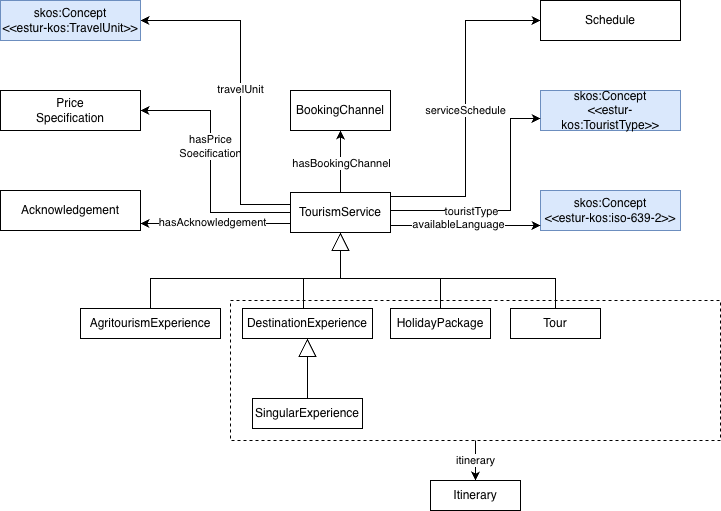
Above: diagrams/fig4-TourismService-tourism-service-with-relations.png in TURISMO-Ontologia/core-ontology (draw.io), before the change. Source tidied: cells renumbered, new cells last; positions are measured from the earlier drawing's top-left corner, leaving out a move shared by most shapes.
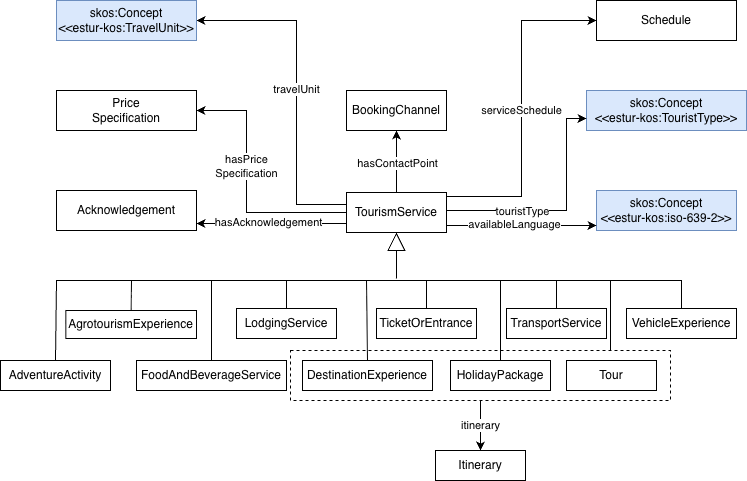
After the change.

The edit, as a diff of the source:
```diff
@@ -3,51 +3,36 @@
     <mxCell id="0" />
     <mxCell id="1" parent="0" />
     <mxCell id="2" style="whiteSpace=wrap;html=1;fillColor=none;strokeColor=default;dashed=1;" parent="1" vertex="1">
-      <mxGeometry x="230" y="300" width="490" height="140" as="geometry" />
+      <mxGeometry x="234" y="350" width="380" height="50" as="geometry" />
     </mxCell>
     <mxCell id="3" value="TourismService" style="rounded=0;whiteSpace=wrap;html=1;snapToPoint=1;points=[[0.1,0],[0.2,0],[0.3,0],[0.4,0],[0.5,0],[0.6,0],[0.7,0],[0.8,0],[0.9,0],[0,0.1],[0,0.3],[0,0.5],[0,0.7],[0,0.9],[0.1,1],[0.2,1],[0.3,1],[0.4,1],[0.5,1],[0.6,1],[0.7,1],[0.8,1],[0.9,1],[1,0.1],[1,0.3],[1,0.5],[1,0.7],[1,0.9]];" parent="1" vertex="1">
       <mxGeometry x="290" y="192" width="100" height="40" as="geometry" />
     </mxCell>
     <mxCell id="4" value="HolidayPackage" style="rounded=0;whiteSpace=wrap;html=1;snapToPoint=1;points=[[0.1,0],[0.2,0],[0.3,0],[0.4,0],[0.5,0],[0.6,0],[0.7,0],[0.8,0],[0.9,0],[0,0.1],[0,0.3],[0,0.5],[0,0.7],[0,0.9],[0.1,1],[0.2,1],[0.3,1],[0.4,1],[0.5,1],[0.6,1],[0.7,1],[0.8,1],[0.9,1],[1,0.1],[1,0.3],[1,0.5],[1,0.7],[1,0.9]];align=center;" parent="1" vertex="1">
-      <mxGeometry x="390" y="308" width="100" height="30" as="geometry" />
+      <mxGeometry x="394" y="360" width="100" height="30" as="geometry" />
     </mxCell>
-    <mxCell id="5" value="SingularExperience" style="rounded=0;whiteSpace=wrap;html=1;snapToPoint=1;points=[[0.1,0],[0.2,0],[0.3,0],[0.4,0],[0.5,0],[0.6,0],[0.7,0],[0.8,0],[0.9,0],[0,0.1],[0,0.3],[0,0.5],[0,0.7],[0,0.9],[0.1,1],[0.2,1],[0.3,1],[0.4,1],[0.5,1],[0.6,1],[0.7,1],[0.8,1],[0.9,1],[1,0.1],[1,0.3],[1,0.5],[1,0.7],[1,0.9]];align=center;" parent="1" vertex="1">
-      <mxGeometry x="252" y="398" width="110" height="30" as="geometry" />
-    </mxCell>
-    <mxCell id="6" value="AgritourismExperience" style="rounded=0;whiteSpace=wrap;html=1;snapToPoint=1;points=[[0.1,0],[0.2,0],[0.3,0],[0.4,0],[0.5,0],[0.6,0],[0.7,0],[0.8,0],[0.9,0],[0,0.1],[0,0.3],[0,0.5],[0,0.7],[0,0.9],[0.1,1],[0.2,1],[0.3,1],[0.4,1],[0.5,1],[0.6,1],[0.7,1],[0.8,1],[0.9,1],[1,0.1],[1,0.3],[1,0.5],[1,0.7],[1,0.9]];align=center;" parent="1" vertex="1">
-      <mxGeometry x="80" y="308" width="140" height="30" as="geometry" />
+    <mxCell id="6" value="AgrotourismExperience" style="rounded=0;whiteSpace=wrap;html=1;snapToPoint=1;points=[[0.1,0],[0.2,0],[0.3,0],[0.4,0],[0.5,0],[0.6,0],[0.7,0],[0.8,0],[0.9,0],[0,0.1],[0,0.3],[0,0.5],[0,0.7],[0,0.9],[0.1,1],[0.2,1],[0.3,1],[0.4,1],[0.5,1],[0.6,1],[0.7,1],[0.8,1],[0.9,1],[1,0.1],[1,0.3],[1,0.5],[1,0.7],[1,0.9]];align=center;" parent="1" vertex="1">
+      <mxGeometry x="9.3" y="310" width="130.7" height="28" as="geometry" />
     </mxCell>
     <mxCell id="7" value="DestinationExperience" style="rounded=0;whiteSpace=wrap;html=1;snapToPoint=1;points=[[0.1,0],[0.2,0],[0.3,0],[0.4,0],[0.5,0],[0.6,0],[0.7,0],[0.8,0],[0.9,0],[0,0.1],[0,0.3],[0,0.5],[0,0.7],[0,0.9],[0.1,1],[0.2,1],[0.3,1],[0.4,1],[0.5,1],[0.6,1],[0.7,1],[0.8,1],[0.9,1],[1,0.1],[1,0.3],[1,0.5],[1,0.7],[1,0.9]];align=center;" parent="1" vertex="1">
-      <mxGeometry x="242" y="308" width="130" height="30" as="geometry" />
+      <mxGeometry x="246" y="360" width="130" height="30" as="geometry" />
     </mxCell>
     <mxCell id="8" style="endArrow=block;endSize=16;endFill=0;html=1;rounded=0;entryX=0.5;entryY=1;entryDx=0;entryDy=0;" parent="1" edge="1" target="3">
       <mxGeometry relative="1" as="geometry">
         <mxPoint x="340" y="278" as="sourcePoint" />
       </mxGeometry>
     </mxCell>
-    <mxCell id="9" style="endArrow=none;html=1;rounded=0;exitX=0.5;exitY=0;exitDx=0;exitDy=0;entryX=0.5;entryY=0;entryDx=0;entryDy=0;" parent="1" edge="1" source="6" target="10">
-      <mxGeometry relative="1" as="geometry">
-        <Array as="points">
-          <mxPoint x="150" y="278" />
-          <mxPoint x="555" y="278" />
-        </Array>
-      </mxGeometry>
-    </mxCell>
     <mxCell id="10" value="Tour" style="rounded=0;whiteSpace=wrap;html=1;snapToPoint=1;points=[[0.1,0],[0.2,0],[0.3,0],[0.4,0],[0.5,0],[0.6,0],[0.7,0],[0.8,0],[0.9,0],[0,0.1],[0,0.3],[0,0.5],[0,0.7],[0,0.9],[0.1,1],[0.2,1],[0.3,1],[0.4,1],[0.5,1],[0.6,1],[0.7,1],[0.8,1],[0.9,1],[1,0.1],[1,0.3],[1,0.5],[1,0.7],[1,0.9]];align=center;" parent="1" vertex="1">
-      <mxGeometry x="510" y="308" width="90" height="30" as="geometry" />
+      <mxGeometry x="510" y="360" width="90" height="30" as="geometry" />
     </mxCell>
-    <mxCell id="11" style="endArrow=none;html=1;rounded=0;exitX=0.5;exitY=0;exitDx=0;exitDy=0;" parent="1" edge="1">
+    <mxCell id="11" style="endArrow=none;html=1;rounded=0;exitX=0.5;exitY=0;exitDx=0;exitDy=0;" parent="1" edge="1" source="7">
       <mxGeometry relative="1" as="geometry">
-        <mxPoint x="303" y="308" as="sourcePoint" />
-        <mxPoint x="303" y="278" as="targetPoint" />
+        <mxPoint x="310" y="280" as="targetPoint" />
       </mxGeometry>
     </mxCell>
-    <mxCell id="12" style="endArrow=block;endSize=16;endFill=0;html=1;rounded=0;entryX=0.5;entryY=1;entryDx=0;entryDy=0;exitX=0.5;exitY=0;exitDx=0;exitDy=0;" parent="1" edge="1" source="5" target="7">
-      <mxGeometry relative="1" as="geometry" />
-    </mxCell>
     <mxCell id="13" style="endArrow=none;html=1;rounded=0;exitX=0.5;exitY=0;exitDx=0;exitDy=0;" parent="1" edge="1" source="4">
       <mxGeometry relative="1" as="geometry">
-        <mxPoint x="440" y="278" as="targetPoint" />
+        <mxPoint x="444" y="280" as="targetPoint" />
       </mxGeometry>
     </mxCell>
     <mxCell id="14" value="skos:Concept&lt;div&gt;&amp;lt;&amp;lt;estur-kos:iso-639-2&amp;gt;&amp;gt;&lt;/div&gt;" style="rounded=0;whiteSpace=wrap;html=1;fillColor=#dae8fc;strokeColor=#6c8ebf;" parent="1" vertex="1">
@@ -82,18 +67,18 @@
         <mxPoint x="340" y="130" as="targetPoint" />
       </mxGeometry>
     </mxCell>
-    <mxCell id="22" value="hasBookingChannel" style="edgeLabel;html=1;align=center;verticalAlign=middle;" parent="21" vertex="1">
+    <mxCell id="22" value="hasContactPoint" style="edgeLabel;html=1;align=center;verticalAlign=middle;" parent="21" vertex="1">
       <mxGeometry x="-0.03" relative="1" as="geometry" />
     </mxCell>
     <mxCell id="23" style="edgeStyle=orthogonalEdgeStyle;rounded=0;jettySize=auto;html=1;exitX=1;exitY=0.5;exitDx=0;exitDy=0;entryX=0;entryY=0.5;entryDx=0;entryDy=0;startArrow=classic;startFill=1;endArrow=none;endFill=0;" parent="1" edge="1" source="25" target="3">
       <mxGeometry relative="1" as="geometry">
         <Array as="points">
-          <mxPoint x="210" y="110" />
-          <mxPoint x="210" y="212" />
+          <mxPoint x="190" y="110" />
+          <mxPoint x="190" y="212" />
         </Array>
       </mxGeometry>
     </mxCell>
-    <mxCell id="24" value="hasPrice&lt;div&gt;Soecification&lt;/div&gt;" style="edgeLabel;html=1;align=center;verticalAlign=middle;" parent="23" vertex="1">
+    <mxCell id="24" value="hasPrice&lt;div&gt;Specification&lt;/div&gt;" style="edgeLabel;html=1;align=center;verticalAlign=middle;" parent="23" vertex="1">
       <mxGeometry x="0.01" y="-1" relative="1" as="geometry">
         <mxPoint y="-22" as="offset" />
       </mxGeometry>
@@ -111,7 +96,7 @@
       <mxGeometry x="0.01" y="-1" relative="1" as="geometry" />
     </mxCell>
     <mxCell id="29" value="skos:Concept&lt;div&gt;&amp;lt;&amp;lt;estur-kos:TouristType&amp;gt;&amp;gt;&lt;/div&gt;" style="rounded=0;whiteSpace=wrap;html=1;snapToPoint=1;points=[[0.1,0],[0.2,0],[0.3,0],[0.4,0],[0.5,0],[0.6,0],[0.7,0],[0.8,0],[0.9,0],[0,0.1],[0,0.3],[0,0.5],[0,0.7],[0,0.9],[0.1,1],[0.2,1],[0.3,1],[0.4,1],[0.5,1],[0.6,1],[0.7,1],[0.8,1],[0.9,1],[1,0.1],[1,0.3],[1,0.5],[1,0.7],[1,0.9]];fillColor=#dae8fc;strokeColor=#6c8ebf;" parent="1" vertex="1">
-      <mxGeometry x="540" y="90" width="140" height="40" as="geometry" />
+      <mxGeometry x="530" y="90" width="160" height="40" as="geometry" />
     </mxCell>
     <mxCell id="30" style="edgeStyle=orthogonalEdgeStyle;rounded=0;jettySize=auto;html=1;exitX=0;exitY=0.7;exitDx=0;exitDy=0;startArrow=classic;startFill=1;endArrow=none;endFill=0;entryX=1;entryY=0.5;entryDx=0;entryDy=0;" parent="1" edge="1" source="29" target="3">
       <mxGeometry relative="1" as="geometry">
@@ -143,7 +128,7 @@
       <mxGeometry width="140" height="40" as="geometry" />
     </mxCell>
     <mxCell id="35" value="Itinerary" style="rounded=0;whiteSpace=wrap;html=1;snapToPoint=1;points=[[0.1,0],[0.2,0],[0.3,0],[0.4,0],[0.5,0],[0.6,0],[0.7,0],[0.8,0],[0.9,0],[0,0.1],[0,0.3],[0,0.5],[0,0.7],[0,0.9],[0.1,1],[0.2,1],[0.3,1],[0.4,1],[0.5,1],[0.6,1],[0.7,1],[0.8,1],[0.9,1],[1,0.1],[1,0.3],[1,0.5],[1,0.7],[1,0.9]];align=center;" parent="1" vertex="1">
-      <mxGeometry x="430" y="480" width="90" height="30" as="geometry" />
+      <mxGeometry x="379" y="450" width="90" height="30" as="geometry" />
     </mxCell>
     <mxCell id="36" style="endArrow=classic;html=1;rounded=0;entryX=0.5;entryY=0;entryDx=0;entryDy=0;exitX=0.5;exitY=1;exitDx=0;exitDy=0;" parent="1" edge="1" source="2" target="35">
       <mxGeometry relative="1" as="geometry" />
@@ -151,5 +136,62 @@
     <mxCell id="37" value="itinerary" style="edgeLabel;html=1;align=center;verticalAlign=middle;" parent="36" vertex="1">
       <mxGeometry x="-0.05" y="-1" relative="1" as="geometry" />
     </mxCell>
+    <mxCell id="38" style="endArrow=none;html=1;rounded=0;exitX=0.5;exitY=0;exitDx=0;exitDy=0;entryX=0.5;entryY=0;entryDx=0;entryDy=0;" parent="1" edge="1" source="41" target="48">
+      <mxGeometry relative="1" as="geometry">
+        <Array as="points">
+          <mxPoint y="280" />
+          <mxPoint x="625" y="280" />
+        </Array>
+      </mxGeometry>
+    </mxCell>
+    <mxCell id="39" value="TransportService" style="rounded=0;whiteSpace=wrap;html=1;snapToPoint=1;points=[[0.1,0],[0.2,0],[0.3,0],[0.4,0],[0.5,0],[0.6,0],[0.7,0],[0.8,0],[0.9,0],[0,0.1],[0,0.3],[0,0.5],[0,0.7],[0,0.9],[0.1,1],[0.2,1],[0.3,1],[0.4,1],[0.5,1],[0.6,1],[0.7,1],[0.8,1],[0.9,1],[1,0.1],[1,0.3],[1,0.5],[1,0.7],[1,0.9]];align=center;" parent="1" vertex="1">
+      <mxGeometry x="450" y="308" width="100" height="30" as="geometry" />
+    </mxCell>
+    <mxCell id="40" style="endArrow=none;html=1;rounded=0;exitX=0.5;exitY=0;exitDx=0;exitDy=0;" parent="1" edge="1" source="6">
+      <mxGeometry relative="1" as="geometry">
+        <mxPoint x="75" y="280" as="targetPoint" />
+      </mxGeometry>
+    </mxCell>
+    <mxCell id="41" value="AdventureActivity" style="rounded=0;whiteSpace=wrap;html=1;snapToPoint=1;points=[[0.1,0],[0.2,0],[0.3,0],[0.4,0],[0.5,0],[0.6,0],[0.7,0],[0.8,0],[0.9,0],[0,0.1],[0,0.3],[0,0.5],[0,0.7],[0,0.9],[0.1,1],[0.2,1],[0.3,1],[0.4,1],[0.5,1],[0.6,1],[0.7,1],[0.8,1],[0.9,1],[1,0.1],[1,0.3],[1,0.5],[1,0.7],[1,0.9]];align=center;" parent="1" vertex="1">
+      <mxGeometry x="-56" y="360" width="110" height="30" as="geometry" />
+    </mxCell>
+    <mxCell id="42" value="FoodAndBeverageService" style="rounded=0;whiteSpace=wrap;html=1;snapToPoint=1;points=[[0.1,0],[0.2,0],[0.3,0],[0.4,0],[0.5,0],[0.6,0],[0.7,0],[0.8,0],[0.9,0],[0,0.1],[0,0.3],[0,0.5],[0,0.7],[0,0.9],[0.1,1],[0.2,1],[0.3,1],[0.4,1],[0.5,1],[0.6,1],[0.7,1],[0.8,1],[0.9,1],[1,0.1],[1,0.3],[1,0.5],[1,0.7],[1,0.9]];align=center;" parent="1" vertex="1">
+      <mxGeometry x="80" y="360" width="150" height="30" as="geometry" />
+    </mxCell>
+    <mxCell id="43" style="endArrow=none;html=1;rounded=0;exitX=0.5;exitY=0;exitDx=0;exitDy=0;" parent="1" edge="1" source="42">
+      <mxGeometry relative="1" as="geometry">
+        <mxPoint x="155" y="280" as="targetPoint" />
+      </mxGeometry>
+    </mxCell>
+    <mxCell id="44" value="LodgingService" style="rounded=0;whiteSpace=wrap;html=1;snapToPoint=1;points=[[0.1,0],[0.2,0],[0.3,0],[0.4,0],[0.5,0],[0.6,0],[0.7,0],[0.8,0],[0.9,0],[0,0.1],[0,0.3],[0,0.5],[0,0.7],[0,0.9],[0.1,1],[0.2,1],[0.3,1],[0.4,1],[0.5,1],[0.6,1],[0.7,1],[0.8,1],[0.9,1],[1,0.1],[1,0.3],[1,0.5],[1,0.7],[1,0.9]];align=center;" parent="1" vertex="1">
+      <mxGeometry x="180" y="308" width="100" height="30" as="geometry" />
+    </mxCell>
+    <mxCell id="45" style="endArrow=none;html=1;rounded=0;exitX=0.5;exitY=0;exitDx=0;exitDy=0;" parent="1" edge="1" source="44">
+      <mxGeometry relative="1" as="geometry">
+        <mxPoint x="230" y="280" as="targetPoint" />
+      </mxGeometry>
+    </mxCell>
+    <mxCell id="46" value="TicketOrEntrance" style="rounded=0;whiteSpace=wrap;html=1;snapToPoint=1;points=[[0.1,0],[0.2,0],[0.3,0],[0.4,0],[0.5,0],[0.6,0],[0.7,0],[0.8,0],[0.9,0],[0,0.1],[0,0.3],[0,0.5],[0,0.7],[0,0.9],[0.1,1],[0.2,1],[0.3,1],[0.4,1],[0.5,1],[0.6,1],[0.7,1],[0.8,1],[0.9,1],[1,0.1],[1,0.3],[1,0.5],[1,0.7],[1,0.9]];align=center;" parent="1" vertex="1">
+      <mxGeometry x="320" y="308" width="100" height="30" as="geometry" />
+    </mxCell>
+    <mxCell id="47" style="endArrow=none;html=1;rounded=0;exitX=0.5;exitY=0;exitDx=0;exitDy=0;" parent="1" edge="1" source="46">
+      <mxGeometry relative="1" as="geometry">
+        <mxPoint x="370" y="280" as="targetPoint" />
+      </mxGeometry>
+    </mxCell>
+    <mxCell id="48" value="VehicleExperience" style="rounded=0;whiteSpace=wrap;html=1;snapToPoint=1;points=[[0.1,0],[0.2,0],[0.3,0],[0.4,0],[0.5,0],[0.6,0],[0.7,0],[0.8,0],[0.9,0],[0,0.1],[0,0.3],[0,0.5],[0,0.7],[0,0.9],[0.1,1],[0.2,1],[0.3,1],[0.4,1],[0.5,1],[0.6,1],[0.7,1],[0.8,1],[0.9,1],[1,0.1],[1,0.3],[1,0.5],[1,0.7],[1,0.9]];align=center;" parent="1" vertex="1">
+      <mxGeometry x="570" y="308" width="110" height="30" as="geometry" />
+    </mxCell>
+    <mxCell id="49" style="endArrow=none;html=1;rounded=0;exitX=0.5;exitY=0;exitDx=0;exitDy=0;" parent="1" edge="1" source="39">
+      <mxGeometry relative="1" as="geometry">
+        <mxPoint x="500" y="280" as="targetPoint" />
+      </mxGeometry>
+    </mxCell>
+    <mxCell id="50" style="endArrow=none;html=1;rounded=0;exitX=0.5;exitY=0;exitDx=0;exitDy=0;" parent="1" edge="1">
+      <mxGeometry relative="1" as="geometry">
+        <mxPoint x="554" y="350" as="sourcePoint" />
+        <mxPoint x="554" y="280" as="targetPoint" />
+      </mxGeometry>
+    </mxCell>
   </root>
 </mxGraphModel>
```
